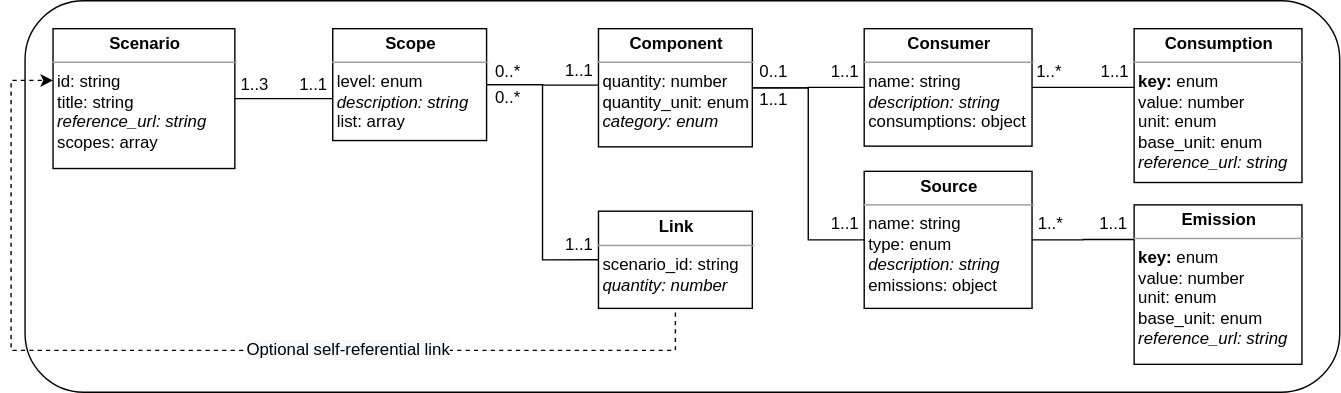
borisruf/carbon-footprint-modeling-tool keeps this draw.io diagram as images/data_model.svg. Above is the earlier version. Source tidied: cells renumbered, new cells last; positions are measured from the earlier drawing's top-left corner, leaving out a move shared by most shapes.
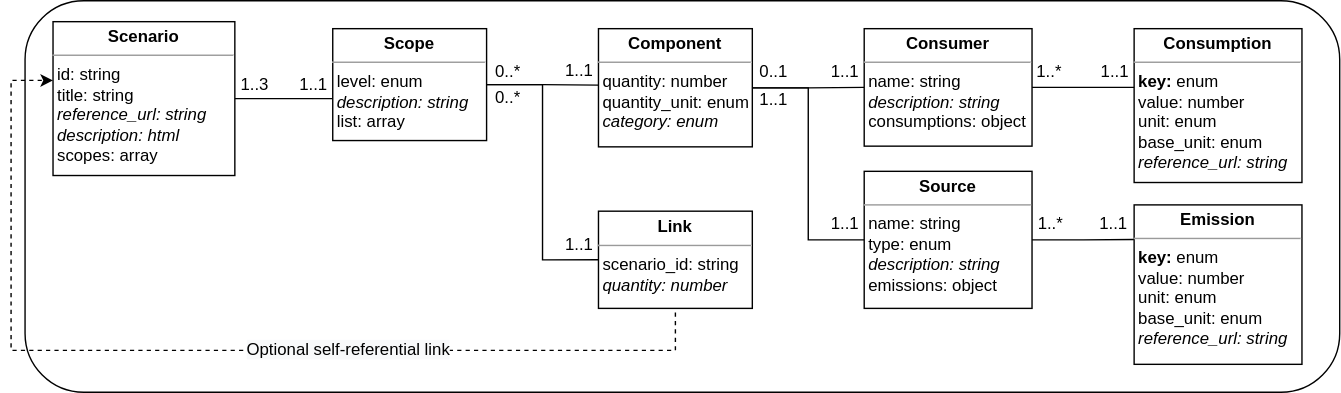
After the commit.

Commit message:
updates data model

The edit, as a diff of the source:
```diff
@@ -14,8 +14,8 @@
     <mxCell id="5" style="edgeStyle=orthogonalEdgeStyle;rounded=0;jettySize=auto;html=1;entryX=-0.003;entryY=0.625;entryDx=0;entryDy=0;entryPerimeter=0;endArrow=none;endFill=0;fontFamily=Verdana;" parent="1" edge="1" source="6" target="9">
       <mxGeometry relative="1" as="geometry" />
     </mxCell>
-    <mxCell id="6" value="&lt;p style=&quot;margin: 0px ; margin-top: 4px ; text-align: center&quot;&gt;&lt;b&gt;Scenario&lt;/b&gt;&lt;/p&gt;&lt;hr size=&quot;1&quot;&gt;&amp;nbsp;id: string&lt;br style=&quot;padding: 0px ; margin: 0px&quot;&gt;&amp;nbsp;title: string&lt;br style=&quot;padding: 0px ; margin: 0px&quot;&gt;&lt;i&gt;&amp;nbsp;reference_url: string&lt;/i&gt;&lt;br style=&quot;padding: 0px ; margin: 0px&quot;&gt;&amp;nbsp;scopes: array" style="verticalAlign=top;align=left;overflow=fill;fontSize=12;fontFamily=Helvetica;html=1;spacing=4;spacingLeft=4;" parent="1" vertex="1">
-      <mxGeometry x="30" y="20" width="130" height="100" as="geometry" />
+    <mxCell id="6" value="&lt;p style=&quot;margin: 0px ; margin-top: 4px ; text-align: center&quot;&gt;&lt;b&gt;Scenario&lt;/b&gt;&lt;/p&gt;&lt;hr size=&quot;1&quot;&gt;&amp;nbsp;id: string&lt;br style=&quot;padding: 0px ; margin: 0px&quot;&gt;&amp;nbsp;title: string&lt;br style=&quot;padding: 0px ; margin: 0px&quot;&gt;&lt;i&gt;&amp;nbsp;reference_url: string&lt;br&gt;&lt;/i&gt;&amp;nbsp;&lt;i style=&quot;border-color: var(--border-color);&quot;&gt;description: html&lt;/i&gt;&lt;i&gt;&lt;br&gt;&lt;/i&gt;&amp;nbsp;scopes: array" style="verticalAlign=top;align=left;overflow=fill;fontSize=12;fontFamily=Helvetica;html=1;spacing=4;spacingLeft=4;" parent="1" vertex="1">
+      <mxGeometry x="30" y="15" width="130" height="110" as="geometry" />
     </mxCell>
     <mxCell id="7" style="edgeStyle=orthogonalEdgeStyle;rounded=0;jettySize=auto;html=1;entryX=0;entryY=0.478;entryDx=0;entryDy=0;entryPerimeter=0;endArrow=none;endFill=0;fontFamily=Verdana;" parent="1" edge="1" source="9" target="12">
       <mxGeometry relative="1" as="geometry" />
```
